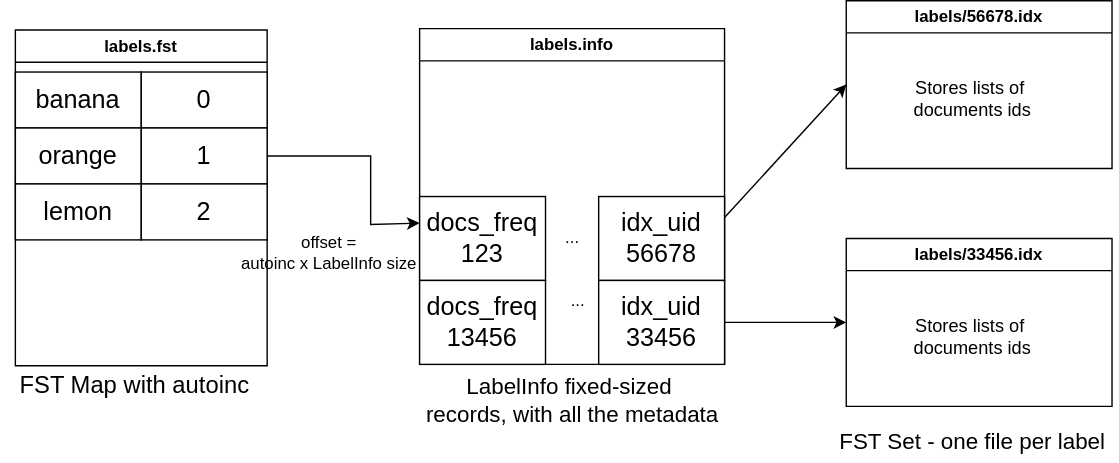
Before: labels.drawio.svg, a diagram exported from draw.io (tarekziade/labels). Source tidied: cells renumbered, new cells last; positions are measured from the earlier drawing's top-left corner, leaving out a move shared by most shapes.
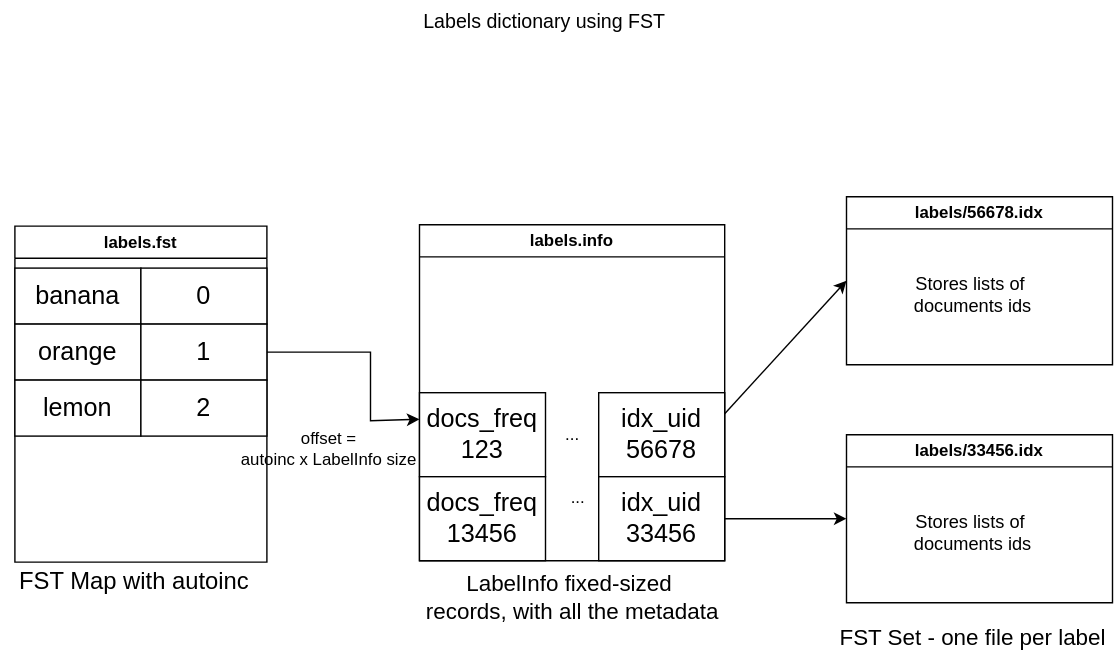
Above is the later version.

Diff of the diagram source:
```diff
@@ -82,5 +82,8 @@
     <mxCell id="26" style="endArrow=classic;html=1;rounded=0;entryX=0;entryY=0.5;entryDx=0;entryDy=0;exitX=1;exitY=0.25;exitDx=0;exitDy=0;" parent="1" edge="1" source="11" target="24">
       <mxGeometry relative="1" as="geometry" />
     </mxCell>
+    <mxCell id="27" value="&lt;font style=&quot;font-size: 14px;&quot;&gt;Labels dictionary using FST&lt;/font&gt;" style="text;html=1;align=center;verticalAlign=middle;strokeColor=none;fillColor=none;" parent="1" vertex="1">
+      <mxGeometry x="288" y="-140" width="200" height="30" as="geometry" />
+    </mxCell>
   </root>
 </mxGraphModel>
```
